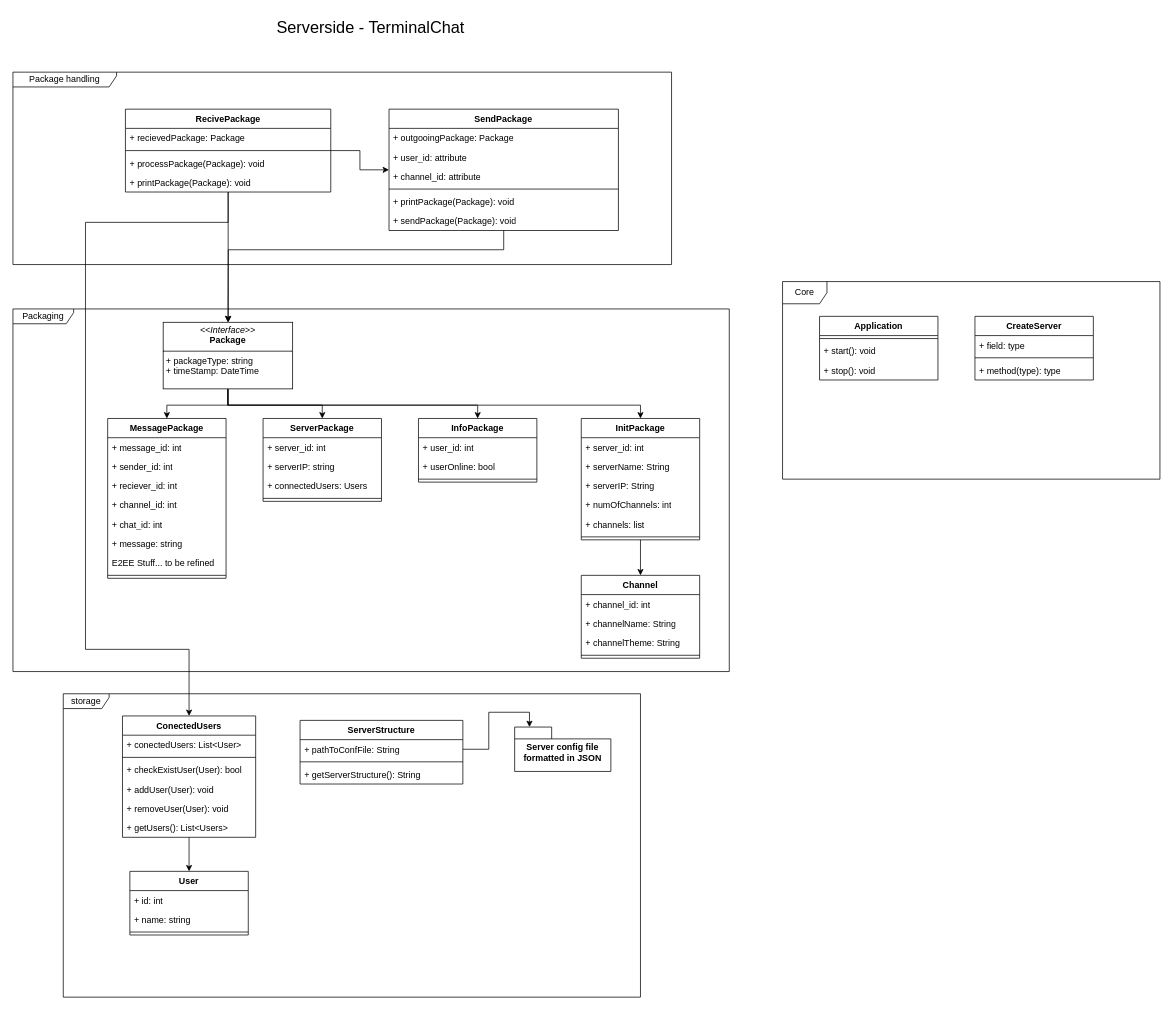
This is Dokumente/Diagramme/klassendiagramm.drawio from gbssg/ims.project.terminalchat, a draw.io file, before an edit. Source tidied: cells renumbered, new cells numbered last; positions are measured from the earlier drawing's top-left corner, leaving out a move shared by most shapes. Both pictures are drawn from the tidied source at 74%, with x=0, y=0 at pixel (13, 13).
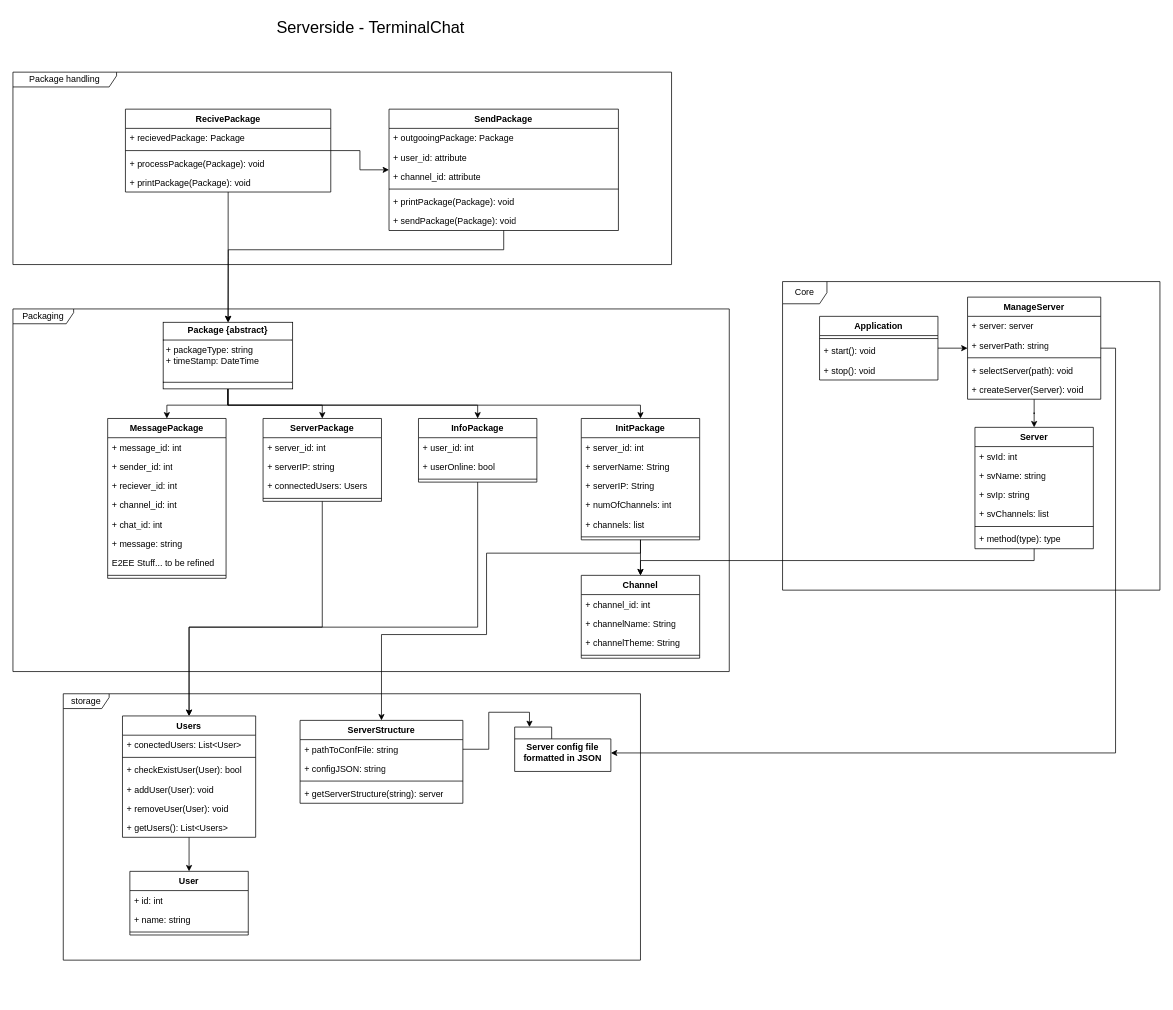
The same page after the edit.

Commit message (it also covers changes not shown here):
Class diagramm update + Server storage notes

The change refers to these unchanged cells:
```xml
<mxCell id="29" value="ServerPackage" style="swimlane;fontStyle=1;align=center;verticalAlign=top;horizontal=1;startSize=26;whiteSpace=wrap;html=1;" parent="1" vertex="1">
  <mxGeometry x="338" y="548" width="160" height="112" as="geometry" />
</mxCell>
<mxCell id="34" value="InfoPackage" style="swimlane;fontStyle=1;align=center;verticalAlign=top;horizontal=1;startSize=26;whiteSpace=wrap;html=1;" parent="1" vertex="1">
  <mxGeometry x="548" y="548" width="160" height="86" as="geometry" />
</mxCell>
<mxCell id="41" value="RecivePackage" style="swimlane;fontStyle=1;align=center;verticalAlign=top;horizontal=1;startSize=26;whiteSpace=wrap;html=1;" parent="1" vertex="1">
  <mxGeometry x="152" y="130" width="277.5" height="112" as="geometry" />
</mxCell>
<mxCell id="60" value="Server config file&lt;br&gt;formatted in JSON" style="shape=folder;fontStyle=1;spacingTop=10;tabWidth=50;tabHeight=16;tabPosition=left;html=1;whiteSpace=wrap;" parent="1" vertex="1">
  <mxGeometry x="678" y="965" width="130" height="60" as="geometry" />
</mxCell>
<mxCell id="63" value="InitPackage" style="swimlane;fontStyle=1;align=center;verticalAlign=top;horizontal=1;startSize=26;whiteSpace=wrap;html=1;" parent="1" vertex="1">
  <mxGeometry x="768" y="548" width="160" height="164" as="geometry" />
</mxCell>
<mxCell id="70" value="Channel" style="swimlane;fontStyle=1;align=center;verticalAlign=top;horizontal=1;startSize=26;whiteSpace=wrap;html=1;" parent="1" vertex="1">
  <mxGeometry x="768" y="760" width="160" height="112" as="geometry" />
</mxCell>
<mxCell id="77" value="Application" style="swimlane;fontStyle=1;align=center;verticalAlign=top;horizontal=1;startSize=26;whiteSpace=wrap;html=1;" parent="1" vertex="1">
  <mxGeometry x="1090" y="410" width="160" height="86" as="geometry" />
</mxCell>
```

The edit, as a diff of the source:
```diff
@@
-    <mxCell id="4" value="ConectedUsers" style="swimlane;fontStyle=1;align=center;verticalAlign=top;horizontal=1;startSize=26;whiteSpace=wrap;html=1;" parent="1" vertex="1">
+    <mxCell id="4" value="Users" style="swimlane;fontStyle=1;align=center;verticalAlign=top;horizontal=1;startSize=26;whiteSpace=wrap;html=1;" parent="1" vertex="1">
       <mxGeometry x="148" y="950" width="180" height="164" as="geometry" />
     </mxCell>
@@
-    <mxCell id="19" value="&lt;p style=&quot;margin:0px;margin-top:4px;text-align:center;&quot;&gt;&lt;i&gt;&amp;lt;&amp;lt;Interface&amp;gt;&amp;gt;&lt;/i&gt;&lt;br&gt;&lt;b&gt;Package&lt;/b&gt;&lt;/p&gt;&lt;hr size=&quot;1&quot; style=&quot;border-style:solid;&quot;&gt;&lt;p style=&quot;margin:0px;margin-left:4px;&quot;&gt;+ packageType: string&lt;/p&gt;&lt;p style=&quot;margin:0px;margin-left:4px;&quot;&gt;+ timeStamp: DateTime&lt;/p&gt;&lt;p style=&quot;margin:0px;margin-left:4px;&quot;&gt;&lt;br&gt;&lt;/p&gt;&lt;hr size=&quot;1&quot; style=&quot;border-style:solid;&quot;&gt;&lt;p style=&quot;margin:0px;margin-left:4px;&quot;&gt;&lt;br&gt;&lt;/p&gt;" style="verticalAlign=top;align=left;overflow=fill;html=1;whiteSpace=wrap;" parent="1" vertex="1">
+    <mxCell id="19" value="&lt;p style=&quot;margin:0px;margin-top:4px;text-align:center;&quot;&gt;&lt;b&gt;Package {abstract}&lt;/b&gt;&lt;/p&gt;&lt;hr size=&quot;1&quot; style=&quot;border-style:solid;&quot;&gt;&lt;p style=&quot;margin:0px;margin-left:4px;&quot;&gt;+ packageType: string&lt;/p&gt;&lt;p style=&quot;margin:0px;margin-left:4px;&quot;&gt;+ timeStamp: DateTime&lt;/p&gt;&lt;p style=&quot;margin:0px;margin-left:4px;&quot;&gt;&lt;br&gt;&lt;/p&gt;&lt;hr size=&quot;1&quot; style=&quot;border-style:solid;&quot;&gt;&lt;p style=&quot;margin:0px;margin-left:4px;&quot;&gt;&lt;br&gt;&lt;/p&gt;" style="verticalAlign=top;align=left;overflow=fill;html=1;whiteSpace=wrap;" parent="1" vertex="1">
       <mxGeometry x="203" y="418" width="175" height="90" as="geometry" />
     </mxCell>
@@
+    <mxCell id="85" style="edgeStyle=orthogonalEdgeStyle;rounded=0;jettySize=auto;html=1;" parent="1" edge="1" source="29" target="4">
+      <mxGeometry relative="1" as="geometry">
+        <Array as="points">
+          <mxPoint x="418" y="830" />
+          <mxPoint x="238" y="830" />
+        </Array>
+      </mxGeometry>
+    </mxCell>
@@
+    <mxCell id="86" style="edgeStyle=orthogonalEdgeStyle;rounded=0;jettySize=auto;html=1;" parent="1" edge="1" source="34" target="4">
+      <mxGeometry relative="1" as="geometry">
+        <Array as="points">
+          <mxPoint x="628" y="830" />
+          <mxPoint x="238" y="830" />
+        </Array>
+      </mxGeometry>
+    </mxCell>
@@
-    <mxCell id="39" style="edgeStyle=orthogonalEdgeStyle;rounded=0;jettySize=auto;html=1;" parent="1" edge="1" source="41" target="4">
-      <mxGeometry relative="1" as="geometry">
-        <Array as="points">
-          <mxPoint x="98" y="283" />
-          <mxPoint x="98" y="860" />
-          <mxPoint x="238" y="860" />
-        </Array>
-      </mxGeometry>
-    </mxCell>
@@
     <mxCell id="55" value="storage" style="shape=umlFrame;whiteSpace=wrap;html=1;width=62;height=20;" parent="1" vertex="1">
-      <mxGeometry x="68" y="920" width="780" height="410" as="geometry" />
+      <mxGeometry x="68" y="920" width="780" height="360" as="geometry" />
     </mxCell>
     <mxCell id="56" value="ServerStructure" style="swimlane;fontStyle=1;align=center;verticalAlign=top;horizontal=1;startSize=26;whiteSpace=wrap;html=1;" parent="1" vertex="1">
-      <mxGeometry x="388" y="956" width="220" height="86" as="geometry" />
+      <mxGeometry x="388" y="956" width="220" height="112" as="geometry" />
     </mxCell>
-    <mxCell id="57" value="+ pathToConfFile: String" style="text;strokeColor=none;fillColor=none;align=left;verticalAlign=top;spacingLeft=4;spacingRight=4;overflow=hidden;points=[[0,0.5],[1,0.5]];portConstraint=eastwest;whiteSpace=wrap;html=1;" parent="56" vertex="1">
+    <mxCell id="57" value="+ pathToConfFile: string" style="text;strokeColor=none;fillColor=none;align=left;verticalAlign=top;spacingLeft=4;spacingRight=4;overflow=hidden;points=[[0,0.5],[1,0.5]];portConstraint=eastwest;whiteSpace=wrap;html=1;" parent="56" vertex="1">
       <mxGeometry y="26" width="220" height="26" as="geometry" />
     </mxCell>
+    <mxCell id="87" value="+ configJSON: string" style="text;strokeColor=none;fillColor=none;align=left;verticalAlign=top;spacingLeft=4;spacingRight=4;overflow=hidden;whiteSpace=wrap;html=1;" parent="56" vertex="1">
+      <mxGeometry y="52" width="220" height="26" as="geometry" />
+    </mxCell>
     <mxCell id="58" style="line;strokeWidth=1;fillColor=none;align=left;verticalAlign=middle;spacingTop=-1;spacingLeft=3;spacingRight=3;labelPosition=right;strokeColor=inherit;" parent="56" vertex="1">
-      <mxGeometry y="52" width="220" height="8" as="geometry" />
+      <mxGeometry y="78" width="220" height="8" as="geometry" />
     </mxCell>
-    <mxCell id="59" value="+ getServerStructure(): String" style="text;strokeColor=none;fillColor=none;align=left;verticalAlign=top;spacingLeft=4;spacingRight=4;overflow=hidden;whiteSpace=wrap;html=1;" parent="56" vertex="1">
-      <mxGeometry y="60" width="220" height="26" as="geometry" />
+    <mxCell id="59" value="+ getServerStructure(string): server" style="text;strokeColor=none;fillColor=none;align=left;verticalAlign=top;spacingLeft=4;spacingRight=4;overflow=hidden;whiteSpace=wrap;html=1;" parent="56" vertex="1">
+      <mxGeometry y="86" width="220" height="26" as="geometry" />
     </mxCell>
@@
+    <mxCell id="88" style="edgeStyle=orthogonalEdgeStyle;rounded=0;jettySize=auto;html=1;" parent="1" edge="1" source="63" target="56">
+      <mxGeometry relative="1" as="geometry">
+        <Array as="points">
+          <mxPoint x="848" y="730" />
+          <mxPoint x="640" y="730" />
+          <mxPoint x="640" y="840" />
+          <mxPoint x="498" y="840" />
+        </Array>
+      </mxGeometry>
+    </mxCell>
@@
     <mxCell id="76" value="Core" style="shape=umlFrame;whiteSpace=wrap;html=1;" parent="1" vertex="1">
-      <mxGeometry x="1040" y="363" width="510" height="267" as="geometry" />
+      <mxGeometry x="1040" y="363" width="510" height="417" as="geometry" />
     </mxCell>
+    <mxCell id="89" style="edgeStyle=orthogonalEdgeStyle;rounded=0;jettySize=auto;html=1;" parent="1" edge="1" source="77" target="81">
+      <mxGeometry relative="1" as="geometry" />
+    </mxCell>
@@
+    <mxCell id="90" style="edgeStyle=orthogonalEdgeStyle;rounded=0;jettySize=auto;html=1;" parent="1" edge="1" source="81" target="95">
+      <mxGeometry relative="1" as="geometry" />
+    </mxCell>
+    <mxCell id="91" style="edgeStyle=orthogonalEdgeStyle;rounded=0;jettySize=auto;html=1;" parent="1" edge="1" source="81" target="60">
+      <mxGeometry relative="1" as="geometry">
+        <Array as="points">
+          <mxPoint x="1490" y="453" />
+          <mxPoint x="1490" y="1000" />
+        </Array>
+      </mxGeometry>
+    </mxCell>
-    <mxCell id="81" value="CreateServer" style="swimlane;fontStyle=1;align=center;verticalAlign=top;horizontal=1;startSize=26;whiteSpace=wrap;html=1;" parent="1" vertex="1">
-      <mxGeometry x="1300" y="410" width="160" height="86" as="geometry" />
+    <mxCell id="81" value="ManageServer" style="swimlane;fontStyle=1;align=center;verticalAlign=top;horizontal=1;startSize=26;whiteSpace=wrap;html=1;" parent="1" vertex="1">
+      <mxGeometry x="1290" y="384" width="180" height="138" as="geometry" />
     </mxCell>
-    <mxCell id="82" value="+ field: type" style="text;strokeColor=none;fillColor=none;align=left;verticalAlign=top;spacingLeft=4;spacingRight=4;overflow=hidden;whiteSpace=wrap;html=1;" parent="81" vertex="1">
-      <mxGeometry y="26" width="160" height="26" as="geometry" />
+    <mxCell id="82" value="+ server: server" style="text;strokeColor=none;fillColor=none;align=left;verticalAlign=top;spacingLeft=4;spacingRight=4;overflow=hidden;whiteSpace=wrap;html=1;" parent="81" vertex="1">
+      <mxGeometry y="26" width="180" height="26" as="geometry" />
     </mxCell>
+    <mxCell id="92" value="+ serverPath: string" style="text;strokeColor=none;fillColor=none;align=left;verticalAlign=top;spacingLeft=4;spacingRight=4;overflow=hidden;whiteSpace=wrap;html=1;" parent="81" vertex="1">
+      <mxGeometry y="52" width="180" height="26" as="geometry" />
+    </mxCell>
     <mxCell id="83" style="line;strokeWidth=1;fillColor=none;align=left;verticalAlign=middle;spacingTop=-1;spacingLeft=3;spacingRight=3;labelPosition=right;strokeColor=inherit;" parent="81" vertex="1">
-      <mxGeometry y="52" width="160" height="8" as="geometry" />
+      <mxGeometry y="78" width="180" height="8" as="geometry" />
     </mxCell>
+    <mxCell id="93" value="+ selectServer(path): void" style="text;strokeColor=none;fillColor=none;align=left;verticalAlign=top;spacingLeft=4;spacingRight=4;overflow=hidden;whiteSpace=wrap;html=1;" parent="81" vertex="1">
+      <mxGeometry y="86" width="180" height="26" as="geometry" />
+    </mxCell>
-    <mxCell id="84" value="+ method(type): type" style="text;strokeColor=none;fillColor=none;align=left;verticalAlign=top;spacingLeft=4;spacingRight=4;overflow=hidden;whiteSpace=wrap;html=1;" parent="81" vertex="1">
-      <mxGeometry y="60" width="160" height="26" as="geometry" />
+    <mxCell id="84" value="+ createServer(Server): void" style="text;strokeColor=none;fillColor=none;align=left;verticalAlign=top;spacingLeft=4;spacingRight=4;overflow=hidden;whiteSpace=wrap;html=1;" parent="81" vertex="1">
+      <mxGeometry y="112" width="180" height="26" as="geometry" />
     </mxCell>
+    <mxCell id="94" style="edgeStyle=orthogonalEdgeStyle;rounded=0;jettySize=auto;html=1;entryX=0.5;entryY=0;entryDx=0;entryDy=0;" parent="1" edge="1" source="95" target="70">
+      <mxGeometry relative="1" as="geometry">
+        <Array as="points">
+          <mxPoint x="1380" y="740" />
+          <mxPoint x="848" y="740" />
+        </Array>
+      </mxGeometry>
+    </mxCell>
+    <mxCell id="95" value="Server" style="swimlane;fontStyle=1;align=center;verticalAlign=top;horizontal=1;startSize=26;whiteSpace=wrap;html=1;" parent="1" vertex="1">
+      <mxGeometry x="1300" y="560" width="160" height="164" as="geometry" />
+    </mxCell>
+    <mxCell id="96" value="+ svId: int" style="text;strokeColor=none;fillColor=none;align=left;verticalAlign=top;spacingLeft=4;spacingRight=4;overflow=hidden;whiteSpace=wrap;html=1;" parent="95" vertex="1">
+      <mxGeometry y="26" width="160" height="26" as="geometry" />
+    </mxCell>
+    <mxCell id="97" value="+ svName: string" style="text;strokeColor=none;fillColor=none;align=left;verticalAlign=top;spacingLeft=4;spacingRight=4;overflow=hidden;whiteSpace=wrap;html=1;" parent="95" vertex="1">
+      <mxGeometry y="52" width="160" height="26" as="geometry" />
+    </mxCell>
+    <mxCell id="98" value="+ svIp: string" style="text;strokeColor=none;fillColor=none;align=left;verticalAlign=top;spacingLeft=4;spacingRight=4;overflow=hidden;whiteSpace=wrap;html=1;" parent="95" vertex="1">
+      <mxGeometry y="78" width="160" height="26" as="geometry" />
+    </mxCell>
+    <mxCell id="99" value="+ svChannels: list" style="text;strokeColor=none;fillColor=none;align=left;verticalAlign=top;spacingLeft=4;spacingRight=4;overflow=hidden;whiteSpace=wrap;html=1;" parent="95" vertex="1">
+      <mxGeometry y="104" width="160" height="26" as="geometry" />
+    </mxCell>
+    <mxCell id="100" style="line;strokeWidth=1;fillColor=none;align=left;verticalAlign=middle;spacingTop=-1;spacingLeft=3;spacingRight=3;labelPosition=right;strokeColor=inherit;" parent="95" vertex="1">
+      <mxGeometry y="130" width="160" height="8" as="geometry" />
+    </mxCell>
+    <mxCell id="101" value="+ method(type): type" style="text;strokeColor=none;fillColor=none;align=left;verticalAlign=top;spacingLeft=4;spacingRight=4;overflow=hidden;whiteSpace=wrap;html=1;" parent="95" vertex="1">
+      <mxGeometry y="138" width="160" height="26" as="geometry" />
+    </mxCell>
```
